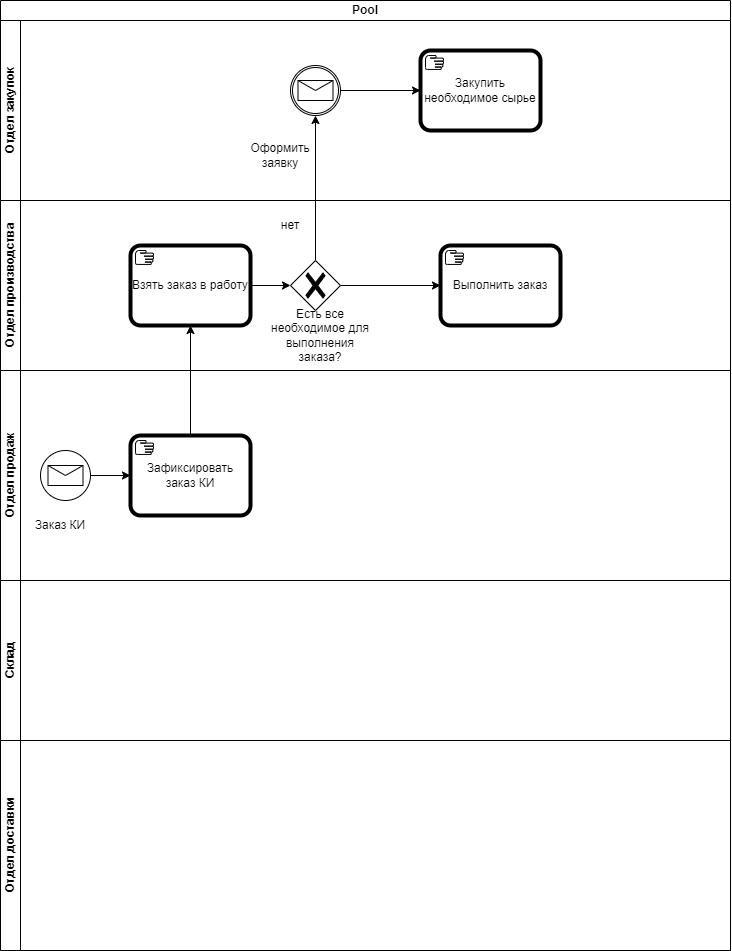
Above: BPMN.drawio.png in SofiyaBrodnikova/-educational (draw.io), before the change. Source tidied: cells renumbered, new cells last; positions are measured from the earlier drawing's top-left corner, leaving out a move shared by most shapes.
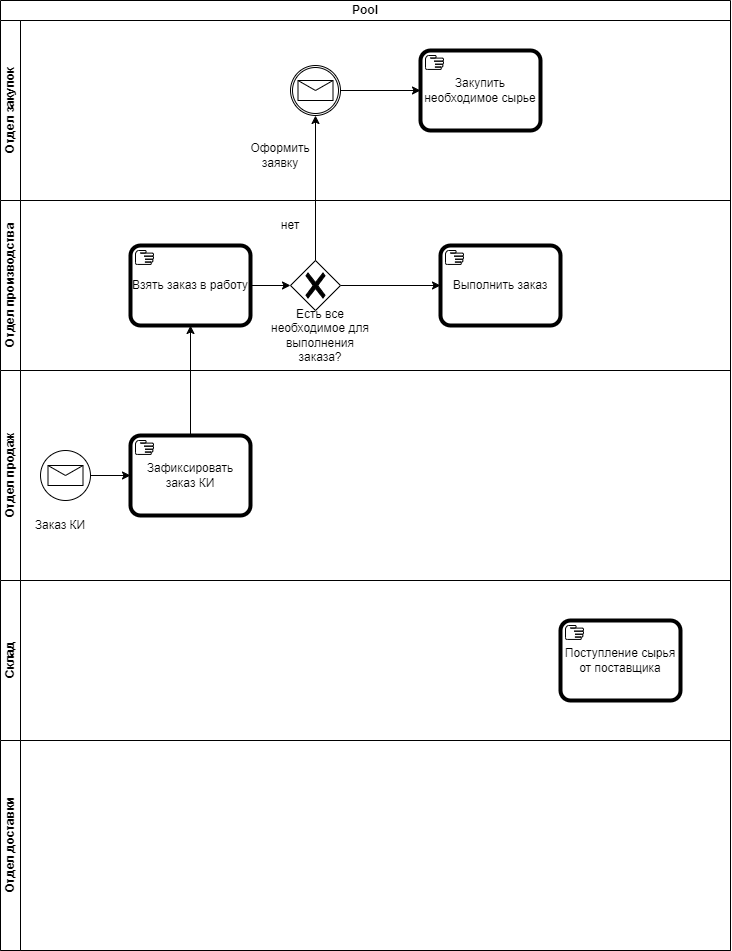
After the change.

Change to the diagram source:
```diff
@@ -62,6 +62,9 @@
     <mxCell id="21" value="Склад" style="swimlane;html=1;startSize=20;horizontal=0;" parent="2" vertex="1">
       <mxGeometry y="580" width="730" height="160" as="geometry" />
     </mxCell>
+    <mxCell id="25" value="Поступление сырья от поставщика" style="shape=mxgraph.bpmn.task2;whiteSpace=wrap;rectStyle=rounded;size=10;html=1;bpmnShapeType=call;taskMarker=manual;" parent="21" vertex="1">
+      <mxGeometry x="560" y="40" width="120" height="80" as="geometry" />
+    </mxCell>
     <mxCell id="22" value="Отдел доставки" style="swimlane;html=1;startSize=20;horizontal=0;" parent="2" vertex="1">
       <mxGeometry y="740" width="730" height="210" as="geometry" />
     </mxCell>
```
